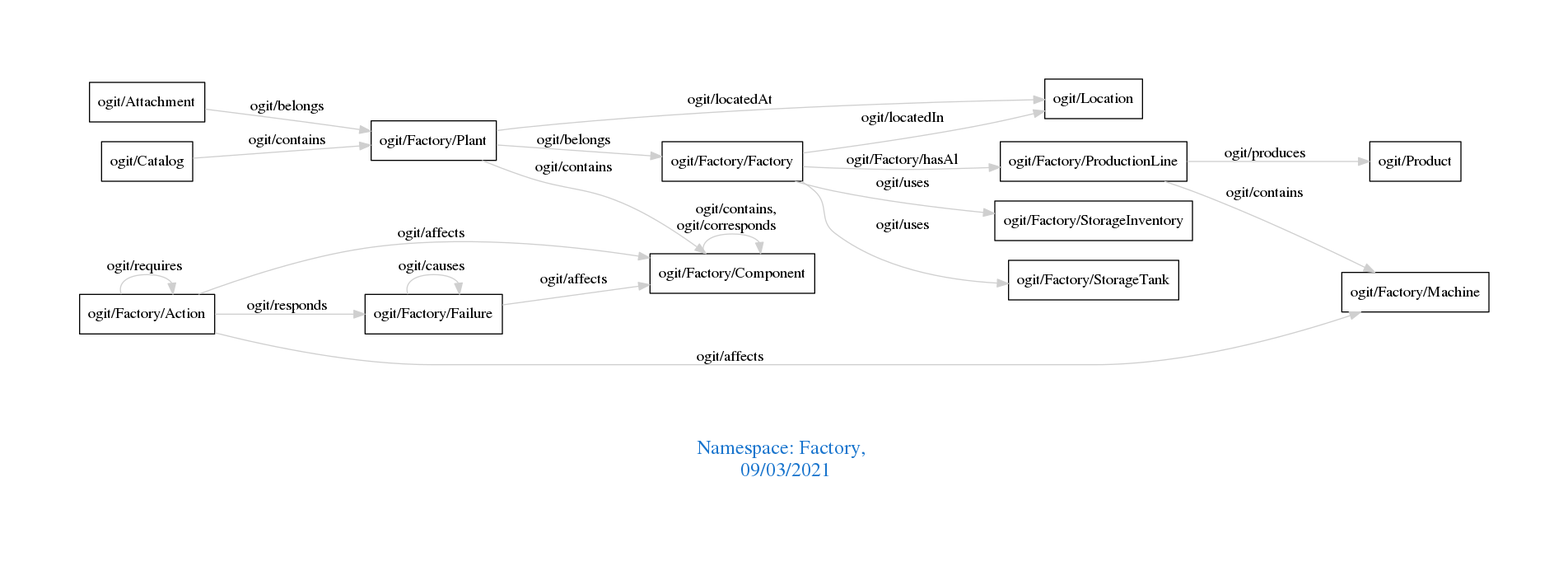
Above: downloads/Factory.png in arago/OGIT (Graphviz), before the change. Its source is kept beside it as downloads/Factory.dot. The source it was exported from:
```dot
digraph OGIT_ontology {
 graph [ rankdir= LR,pad=1
fontsize = 18,
fontcolor= dodgerblue3,label = "\n\n\nNamespace: Factory, \n 09/03/2021"];
node[shape=polygon];
edge [  color="gray81"];

   "ogit/Factory/Plant" -> "ogit/Factory/Component" [label="   ogit/contains    "];
   "ogit/Factory/ProductionLine" -> "ogit/Factory/Machine" [label="   ogit/contains    "];
   "ogit/Catalog" -> "ogit/Factory/Plant" [label="   ogit/contains    "];
   "ogit/Factory/Factory" -> "ogit/Factory/ProductionLine" [label="   ogit/Factory/hasAl    "];
   "ogit/Factory/Plant" -> "ogit/Location" [label="   ogit/locatedAt    "];
   "ogit/Factory/Factory" -> "ogit/Location" [label="   ogit/locatedIn    "];
   "ogit/Factory/Action" -> "ogit/Factory/Component" [label="   ogit/affects    "];
   "ogit/Factory/Action" -> "ogit/Factory/Machine" [label="   ogit/affects    "];
   "ogit/Factory/Failure" -> "ogit/Factory/Component" [label="   ogit/affects    "];
   "ogit/Factory/Action" -> "ogit/Factory/Failure" [label="   ogit/responds    "];
   "ogit/Factory/ProductionLine" -> "ogit/Product" [label="   ogit/produces    "];
   "ogit/Factory/Plant" -> "ogit/Factory/Factory" [label="   ogit/belongs    "];
   "ogit/Attachment" -> "ogit/Factory/Plant" [label="   ogit/belongs    "];
   "ogit/Factory/Factory" -> "ogit/Factory/StorageInventory" [label="   ogit/uses    "];
   "ogit/Factory/Factory" -> "ogit/Factory/StorageTank" [label="   ogit/uses    "];
   "ogit/Factory/Action" -> "ogit/Factory/Action" [label="   ogit/requires    "];
   "ogit/Factory/Component" -> "ogit/Factory/Component" [label="   ogit/contains, \n ogit/corresponds    "];
   "ogit/Factory/Failure" -> "ogit/Factory/Failure" [label="   ogit/causes    "];
}
```
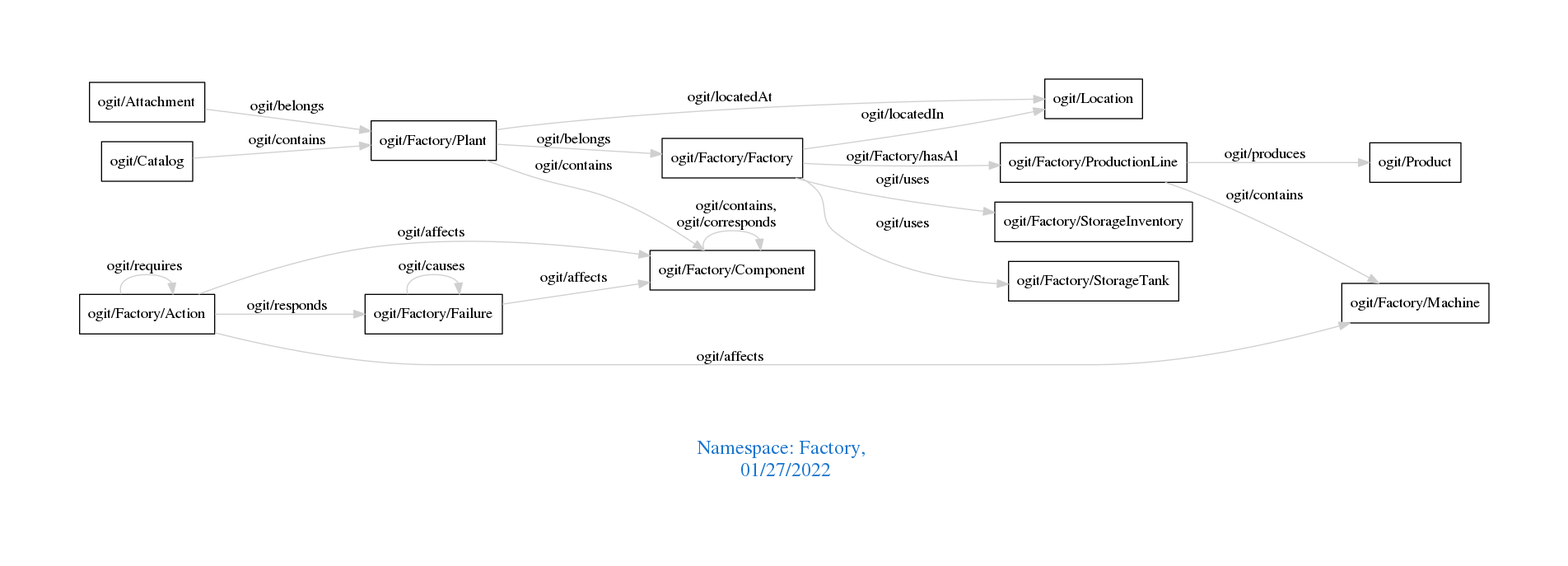
After the commit.

The edit, as a diff of the source:
```diff
@@ -1,12 +1,12 @@
 digraph OGIT_ontology {
  graph [ rankdir= LR,pad=1
 fontsize = 18,
-fontcolor= dodgerblue3,label = "\n\n\nNamespace: Factory, \n 09/03/2021"];
+fontcolor= dodgerblue3,label = "\n\n\nNamespace: Factory, \n 01/27/2022"];
 node[shape=polygon];
 edge [  color="gray81"];
 
+   "ogit/Factory/ProductionLine" -> "ogit/Factory/Machine" [label="   ogit/contains    "];
    "ogit/Factory/Plant" -> "ogit/Factory/Component" [label="   ogit/contains    "];
-   "ogit/Factory/ProductionLine" -> "ogit/Factory/Machine" [label="   ogit/contains    "];
    "ogit/Catalog" -> "ogit/Factory/Plant" [label="   ogit/contains    "];
    "ogit/Factory/Factory" -> "ogit/Factory/ProductionLine" [label="   ogit/Factory/hasAl    "];
    "ogit/Factory/Plant" -> "ogit/Location" [label="   ogit/locatedAt    "];
```
